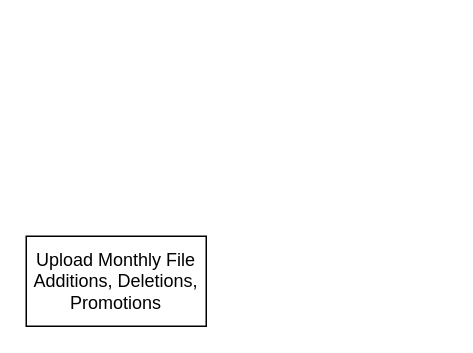
Earlier version of the draw.io diagram Untitled Diagram.drawio (amardhingra/BubbulaBot). Source tidied: cells renumbered, new cells numbered last; positions are measured from the earlier drawing's top-left corner, leaving out a move shared by most shapes. Both pictures are drawn from the tidied source at 150%, with x=0, y=0 at pixel (26, 236).
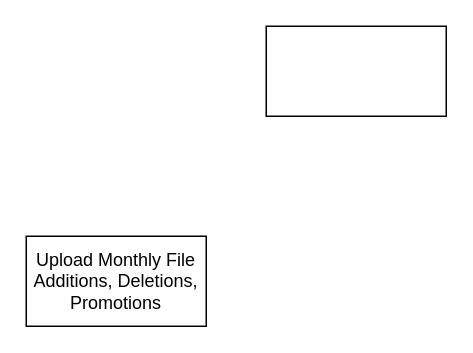
After the change.

Diff of the diagram source:
```diff
@@
 <mxGraphModel>
   <root>
     <mxCell id="0" />
     <mxCell id="1" parent="0" />
     <mxCell id="2" value="Upload Monthly File&lt;div&gt;Additions, Deletions, Promotions&lt;/div&gt;" style="rounded=0;whiteSpace=wrap;html=1;" parent="1" vertex="1">
       <mxGeometry width="120" height="60" as="geometry" />
     </mxCell>
+    <mxCell id="3" style="rounded=0;whiteSpace=wrap;html=1;" parent="1" vertex="1">
+      <mxGeometry x="160" y="-140" width="120" height="60" as="geometry" />
+    </mxCell>
   </root>
 </mxGraphModel>
```
